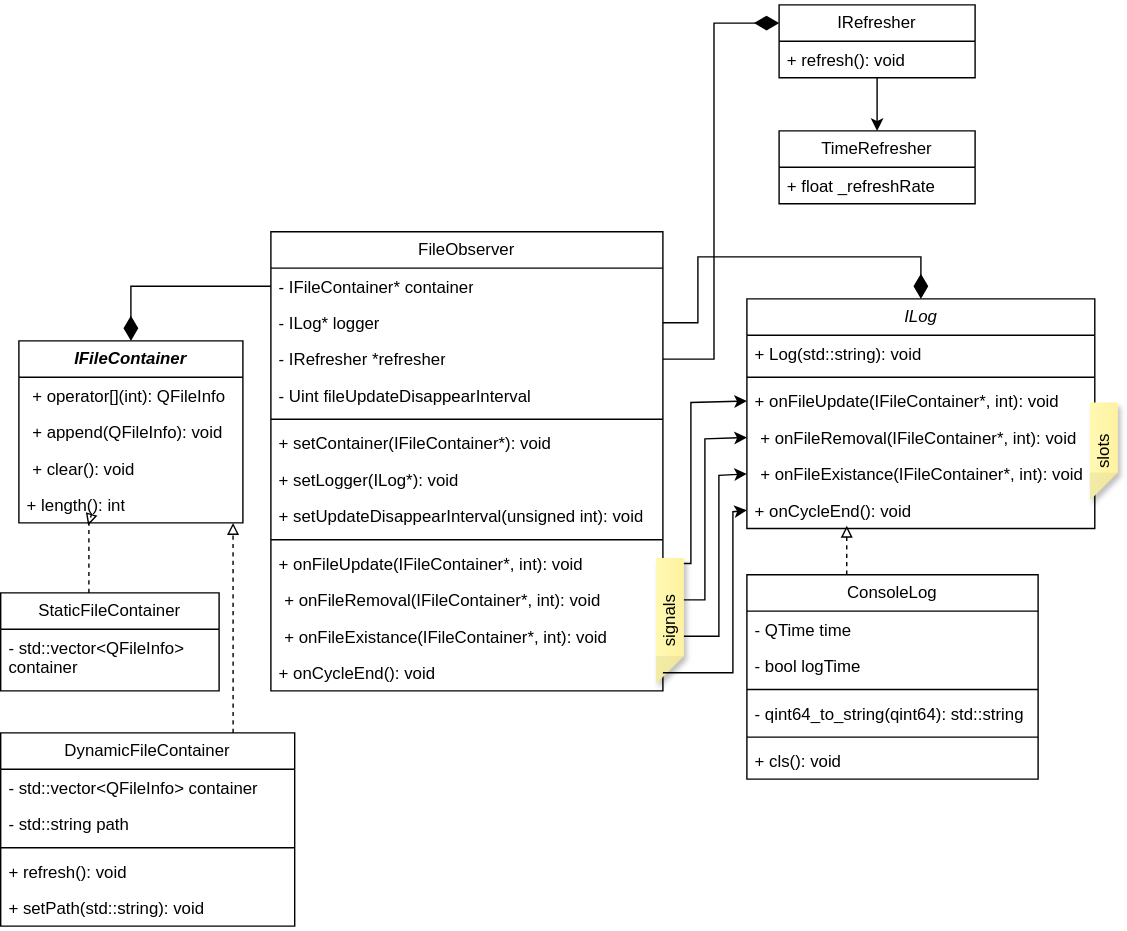
Before: uml.drawio.svg, a diagram exported from draw.io (Helbushek/FileManager). Source tidied: cells renumbered, new cells last; positions are measured from the earlier drawing's top-left corner, leaving out a move shared by most shapes.
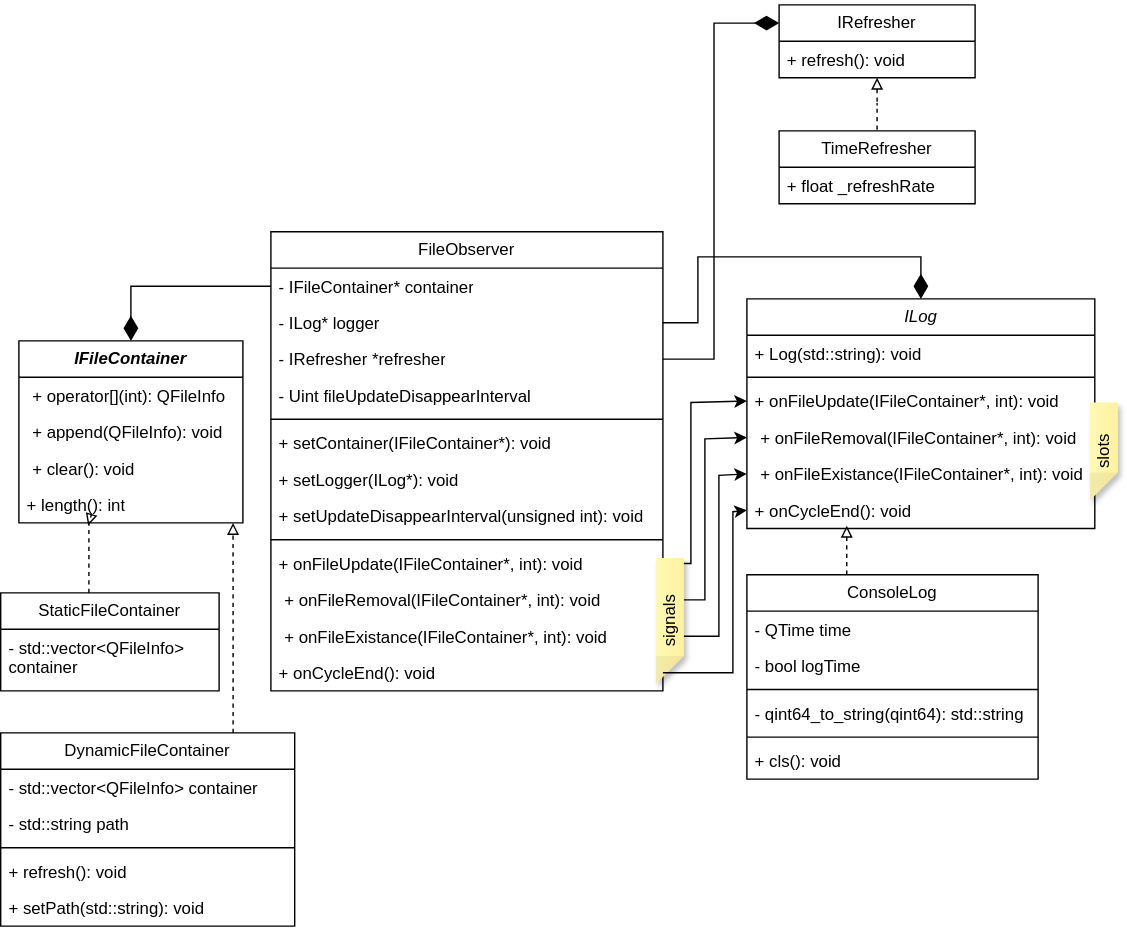
The same diagram one commit later.

The edit, as a diff of the source:
```diff
@@ -193,7 +193,7 @@
     <mxCell id="53" value="- std::vector&amp;lt;QFileInfo&amp;gt; container" style="text;strokeColor=none;fillColor=none;align=left;verticalAlign=top;spacingLeft=4;spacingRight=4;overflow=hidden;whiteSpace=wrap;html=1;" parent="52" vertex="1">
       <mxGeometry y="26" width="156" height="44" as="geometry" />
     </mxCell>
-    <mxCell id="54" style="edgeStyle=orthogonalEdgeStyle;rounded=0;jettySize=auto;html=1;entryX=0.5;entryY=0;entryDx=0;entryDy=0;" parent="1" edge="1" source="55" target="57">
+    <mxCell id="54" style="edgeStyle=orthogonalEdgeStyle;rounded=0;jettySize=auto;html=1;entryX=0.5;entryY=0;entryDx=0;entryDy=0;startArrow=block;startFill=0;endArrow=none;dashed=1;" parent="1" edge="1" source="55" target="57">
       <mxGeometry relative="1" as="geometry" />
     </mxCell>
     <mxCell id="55" value="IRefresher" style="swimlane;fontStyle=0;horizontal=1;startSize=26;fillColor=none;whiteSpace=wrap;html=1;" parent="1" vertex="1">
```
